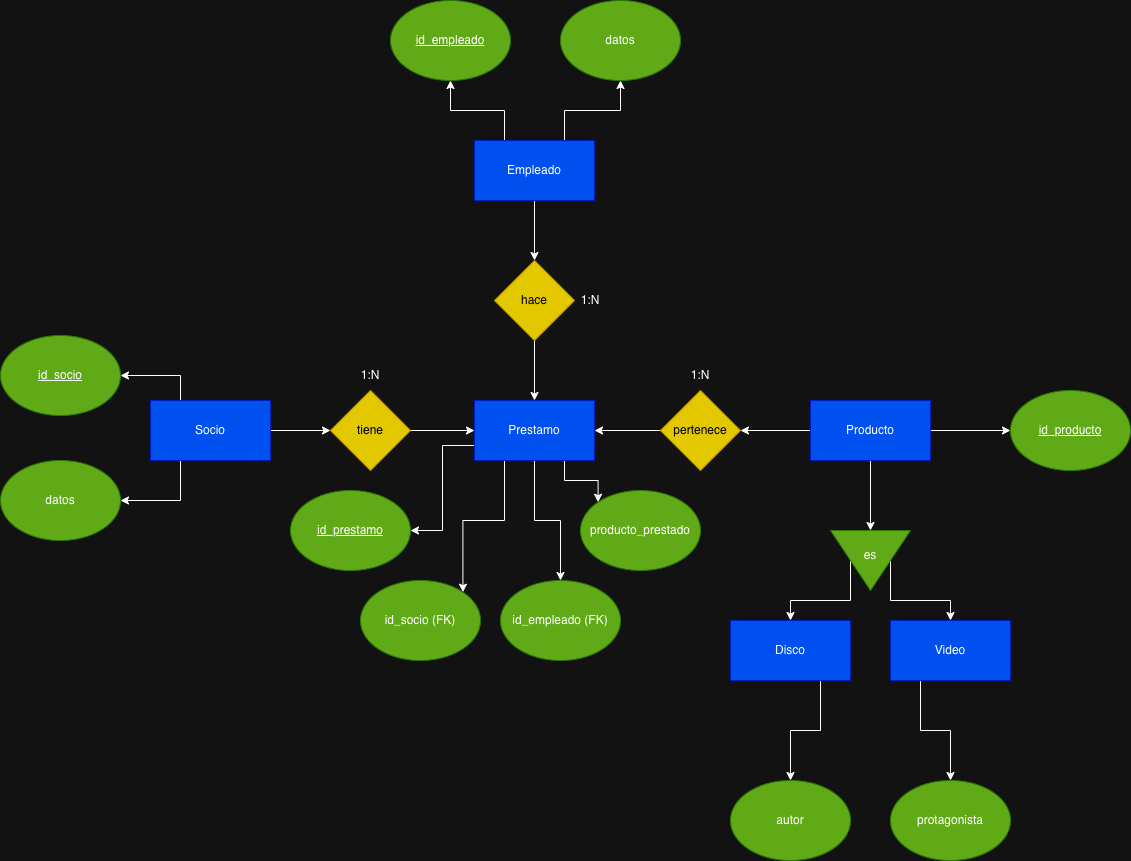
This is Bases de Datos/ER 22 noviembre/Ejercicio1.6_videoteca.drawio.png from luzmariaalvarez/1DAW, a draw.io export, as it was before one commit. Source tidied: cells renumbered, new cells last; positions are measured from the earlier drawing's top-left corner, leaving out a move shared by most shapes.
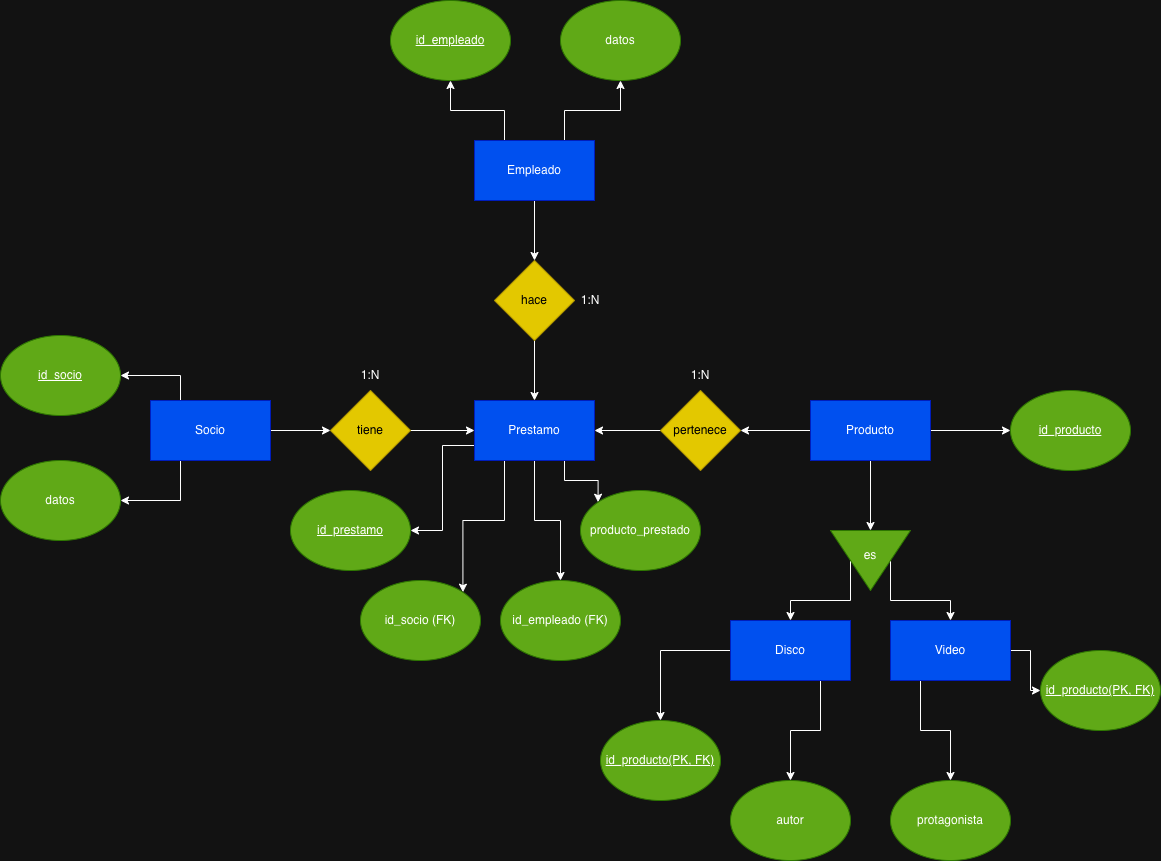
The same diagram one commit later.

What changed in the source:
```diff
@@ -17,12 +17,18 @@
     <mxCell id="6" style="edgeStyle=orthogonalEdgeStyle;rounded=0;jettySize=auto;html=1;exitX=0.75;exitY=1;exitDx=0;exitDy=0;" parent="1" edge="1" source="7" target="44">
       <mxGeometry relative="1" as="geometry" />
     </mxCell>
+    <mxCell id="47" style="edgeStyle=orthogonalEdgeStyle;rounded=0;jettySize=auto;html=1;" parent="1" edge="1" source="7" target="50">
+      <mxGeometry relative="1" as="geometry" />
+    </mxCell>
     <mxCell id="7" value="Disco" style="rounded=0;whiteSpace=wrap;html=1;fillColor=#0050ef;strokeColor=#001DBC;fontColor=#ffffff;" parent="1" vertex="1">
       <mxGeometry x="730" y="620" width="120" height="60" as="geometry" />
     </mxCell>
     <mxCell id="8" style="edgeStyle=orthogonalEdgeStyle;rounded=0;jettySize=auto;html=1;exitX=0.25;exitY=1;exitDx=0;exitDy=0;" parent="1" edge="1" source="9" target="45">
       <mxGeometry relative="1" as="geometry" />
     </mxCell>
+    <mxCell id="48" style="edgeStyle=orthogonalEdgeStyle;rounded=0;jettySize=auto;html=1;" parent="1" edge="1" source="9" target="49">
+      <mxGeometry relative="1" as="geometry" />
+    </mxCell>
     <mxCell id="9" value="Video" style="rounded=0;whiteSpace=wrap;html=1;fillColor=#0050ef;strokeColor=#001DBC;fontColor=#ffffff;" parent="1" vertex="1">
       <mxGeometry x="890" y="620" width="120" height="60" as="geometry" />
     </mxCell>
@@ -147,5 +153,11 @@
     <mxCell id="46" value="id_producto" style="ellipse;whiteSpace=wrap;html=1;fillColor=#60a917;strokeColor=#2D7600;fontStyle=4;fontColor=#ffffff;" parent="1" vertex="1">
       <mxGeometry x="1010" y="390" width="120" height="80" as="geometry" />
     </mxCell>
+    <mxCell id="49" value="id_producto(PK, FK)" style="ellipse;whiteSpace=wrap;html=1;fillColor=#60a917;strokeColor=#2D7600;fontStyle=4;fontColor=#ffffff;" parent="1" vertex="1">
+      <mxGeometry x="1040" y="650" width="120" height="80" as="geometry" />
+    </mxCell>
+    <mxCell id="50" value="id_producto(PK, FK)" style="ellipse;whiteSpace=wrap;html=1;fillColor=#60a917;strokeColor=#2D7600;fontStyle=4;fontColor=#ffffff;" parent="1" vertex="1">
+      <mxGeometry x="600" y="720" width="120" height="80" as="geometry" />
+    </mxCell>
   </root>
 </mxGraphModel>
```
